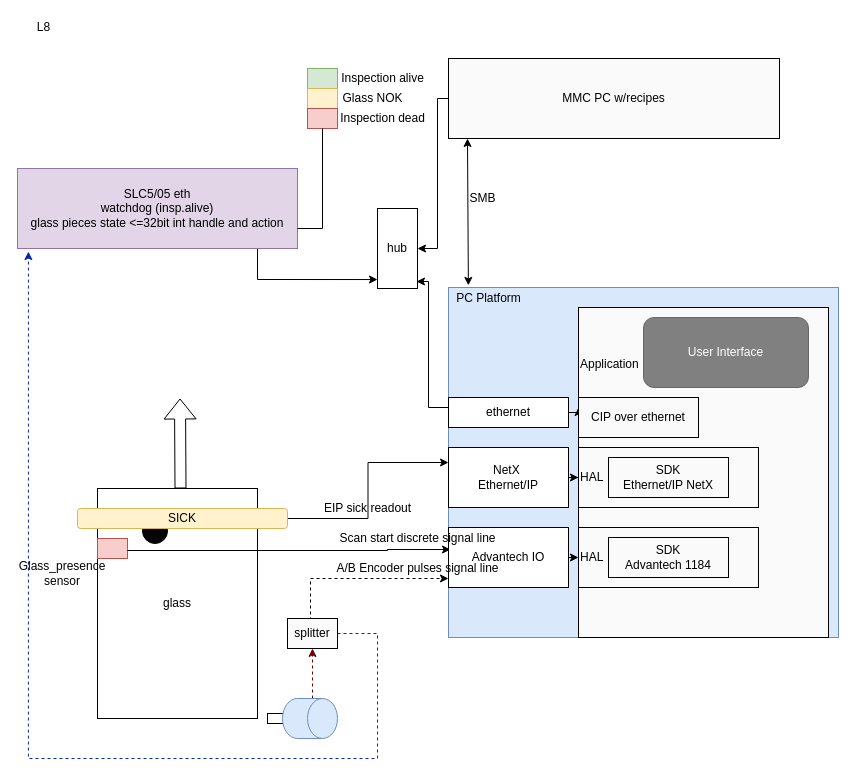
Before: page "schema" (1 of 7) of Inspection Platform Dataflow.drawio in megavad/Diagrams, a draw.io diagram. Source tidied: cells renumbered, new cells numbered last; positions are measured from the earlier drawing's top-left corner, leaving out a move shared by most shapes. Both pictures are drawn from the tidied source at 100%, with x=0, y=0 at pixel (17, 17).
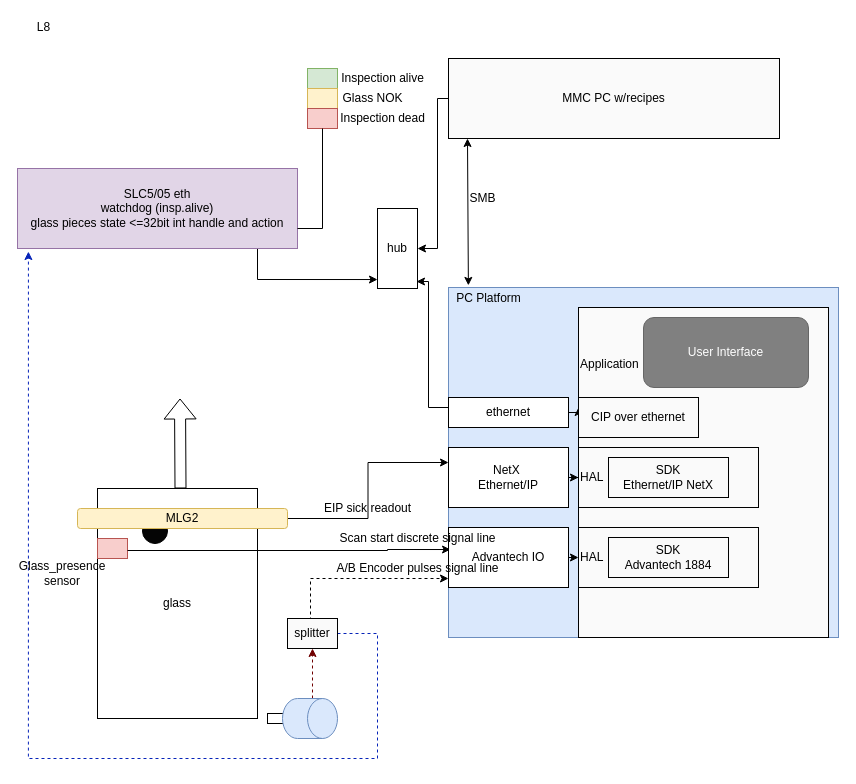
The same diagram, later.

Diff of the diagram source:
```diff
@@
-    <mxCell id="28" value="SICK" style="rounded=1;whiteSpace=wrap;html=1;fillColor=#fff2cc;strokeColor=#d6b656;" parent="1" vertex="1">
+    <mxCell id="28" value="MLG2" style="rounded=1;whiteSpace=wrap;html=1;fillColor=#fff2cc;strokeColor=#d6b656;" parent="1" vertex="1">
       <mxGeometry x="60" y="491" width="210" height="20" as="geometry" />
     </mxCell>
@@
-    <mxCell id="41" value="SDK &lt;br&gt;Advantech 1184" style="rounded=0;whiteSpace=wrap;html=1;fillColor=#FAFAFA;" parent="1" vertex="1">
+    <mxCell id="41" value="SDK &lt;br&gt;Advantech 1884" style="rounded=0;whiteSpace=wrap;html=1;fillColor=#FAFAFA;" parent="1" vertex="1">
       <mxGeometry x="591" y="520" width="120" height="40" as="geometry" />
     </mxCell>
```
